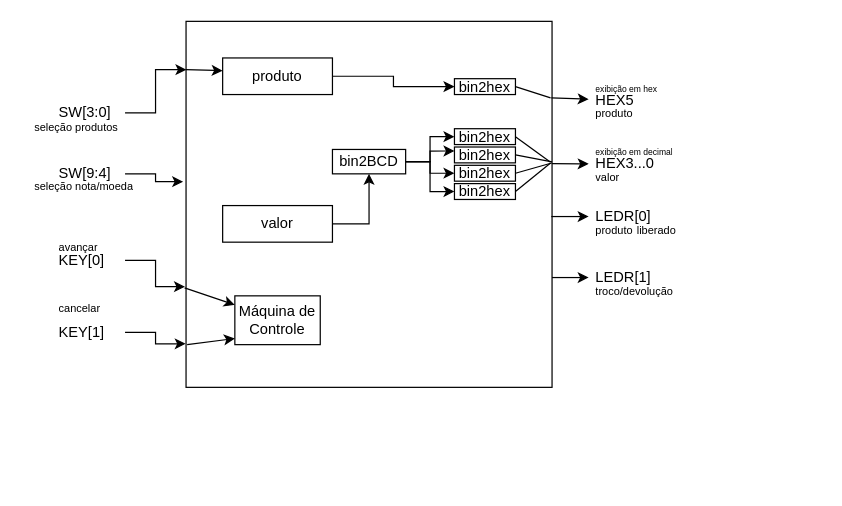
This is P1/diagramaBloco.drawio from caio-unicamp/MC613_Best_Group, a draw.io file, before an edit. Source tidied: cells renumbered, new cells numbered last; positions are measured from the earlier drawing's top-left corner, leaving out a move shared by most shapes. Both pictures are drawn from the tidied source at 122%, with x=0, y=0 at pixel (27, 21).
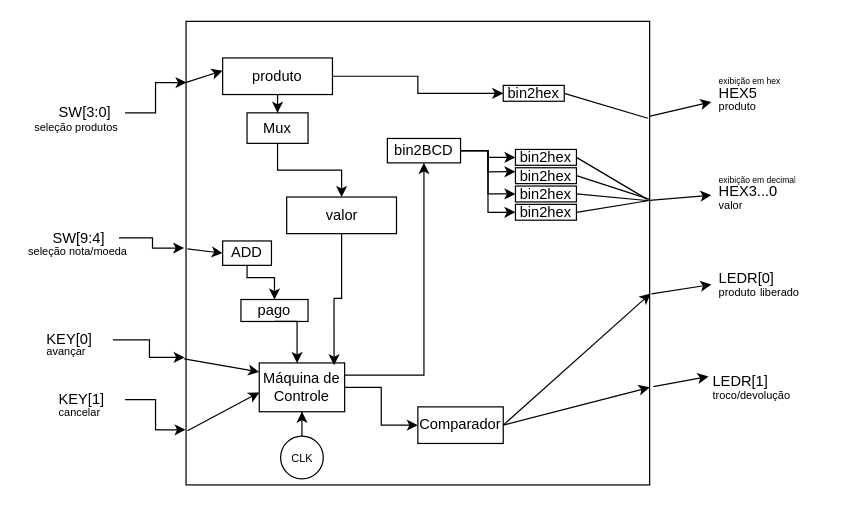
The same diagram, later.

Unchanged cells that the change refers to:
```xml
<mxCell id="28" value="produto" style="rounded=0;whiteSpace=wrap;html=1;" parent="1" vertex="1">
  <mxGeometry x="160" y="30" width="90" height="30" as="geometry" />
</mxCell>
```

What changed in the source:
```diff
@@
     <mxCell id="2" style="whiteSpace=wrap;html=1;" parent="1" vertex="1">
-      <mxGeometry x="130" width="300" height="300" as="geometry" />
+      <mxGeometry x="130" width="380" height="380" as="geometry" />
     </mxCell>
@@
     <mxCell id="4" value="SW[9:4]" style="text;strokeColor=none;fillColor=none;align=left;verticalAlign=middle;spacingLeft=4;spacingRight=4;overflow=hidden;points=[[0,0.5],[1,0.5]];portConstraint=eastwest;whiteSpace=wrap;html=1;" parent="1" vertex="1">
-      <mxGeometry x="20" y="110" width="60" height="30" as="geometry" />
+      <mxGeometry x="15" y="162.5" width="60" height="30" as="geometry" />
     </mxCell>
     <mxCell id="5" value="KEY[0]" style="text;strokeColor=none;fillColor=none;align=left;verticalAlign=middle;spacingLeft=4;spacingRight=4;overflow=hidden;points=[[0,0.5],[1,0.5]];portConstraint=eastwest;whiteSpace=wrap;html=1;" parent="1" vertex="1">
-      <mxGeometry x="20" y="181" width="60" height="30" as="geometry" />
+      <mxGeometry x="10" y="246" width="60" height="30" as="geometry" />
     </mxCell>
     <mxCell id="6" value="KEY[1]" style="text;strokeColor=none;fillColor=none;align=left;verticalAlign=middle;spacingLeft=4;spacingRight=4;overflow=hidden;points=[[0,0.5],[1,0.5]];portConstraint=eastwest;whiteSpace=wrap;html=1;" parent="1" vertex="1">
-      <mxGeometry x="20" y="240" width="60" height="30" as="geometry" />
+      <mxGeometry x="20" y="295" width="60" height="30" as="geometry" />
     </mxCell>
-    <mxCell id="7" style="edgeStyle=orthogonalEdgeStyle;rounded=0;jettySize=auto;html=1;exitX=1;exitY=0.5;exitDx=0;exitDy=0;entryX=-0.008;entryY=0.438;entryDx=0;entryDy=0;entryPerimeter=0;" parent="1" edge="1" source="4" target="2">
+    <mxCell id="7" style="edgeStyle=orthogonalEdgeStyle;rounded=0;jettySize=auto;html=1;exitX=1;exitY=0.5;exitDx=0;exitDy=0;entryX=-0.004;entryY=0.489;entryDx=0;entryDy=0;entryPerimeter=0;" parent="1" edge="1" source="4" target="2">
       <mxGeometry relative="1" as="geometry" />
     </mxCell>
@@
     <mxCell id="10" value="HEX5" style="text;strokeColor=none;fillColor=none;align=left;verticalAlign=middle;spacingLeft=4;spacingRight=4;overflow=hidden;points=[[0,0.5],[1,0.5]];portConstraint=eastwest;whiteSpace=wrap;html=1;" parent="1" vertex="1">
-      <mxGeometry x="460" y="50" width="60" height="30" as="geometry" />
+      <mxGeometry x="560.6" y="44" width="60" height="30" as="geometry" />
     </mxCell>
     <mxCell id="11" value="HEX3...0" style="text;strokeColor=none;fillColor=none;align=left;verticalAlign=middle;spacingLeft=4;spacingRight=4;overflow=hidden;points=[[0,0.5],[1,0.5]];portConstraint=eastwest;whiteSpace=wrap;html=1;" parent="1" vertex="1">
-      <mxGeometry x="460" y="102" width="60" height="30" as="geometry" />
+      <mxGeometry x="560.6" y="125" width="60" height="30" as="geometry" />
     </mxCell>
     <mxCell id="12" value="LEDR[0]" style="text;strokeColor=none;fillColor=none;align=left;verticalAlign=middle;spacingLeft=4;spacingRight=4;overflow=hidden;points=[[0,0.5],[1,0.5]];portConstraint=eastwest;whiteSpace=wrap;html=1;" parent="1" vertex="1">
-      <mxGeometry x="460" y="145" width="60" height="30" as="geometry" />
+      <mxGeometry x="560.6" y="196" width="60" height="30" as="geometry" />
     </mxCell>
     <mxCell id="13" value="LEDR[1]" style="text;strokeColor=none;fillColor=none;align=left;verticalAlign=middle;spacingLeft=4;spacingRight=4;overflow=hidden;points=[[0,0.5],[1,0.5]];portConstraint=eastwest;whiteSpace=wrap;html=1;" parent="1" vertex="1">
-      <mxGeometry x="460" y="195" width="60" height="30" as="geometry" />
+      <mxGeometry x="555.6" y="280" width="60" height="30" as="geometry" />
     </mxCell>
@@
     <mxCell id="16" value="&lt;font style=&quot;font-size: 9px;&quot;&gt;seleção nota/moeda&lt;/font&gt;" style="text;strokeColor=none;fillColor=none;align=left;verticalAlign=middle;spacingLeft=4;spacingRight=4;overflow=hidden;whiteSpace=wrap;html=1;" parent="1" vertex="1">
-      <mxGeometry y="125" width="100" height="20" as="geometry" />
+      <mxGeometry x="-5" y="177.5" width="100" height="20" as="geometry" />
     </mxCell>
     <mxCell id="17" value="&lt;font style=&quot;font-size: 9px;&quot;&gt;avançar&lt;/font&gt;" style="text;strokeColor=none;fillColor=none;align=left;verticalAlign=middle;spacingLeft=4;spacingRight=4;overflow=hidden;whiteSpace=wrap;html=1;" parent="1" vertex="1">
-      <mxGeometry x="20" y="175" width="100" height="20" as="geometry" />
+      <mxGeometry x="10" y="260" width="100" height="20" as="geometry" />
     </mxCell>
     <mxCell id="18" value="&lt;font style=&quot;font-size: 9px;&quot;&gt;cancelar&lt;/font&gt;" style="text;strokeColor=none;fillColor=none;align=left;verticalAlign=middle;spacingLeft=4;spacingRight=4;overflow=hidden;whiteSpace=wrap;html=1;" parent="1" vertex="1">
-      <mxGeometry x="20" y="225" width="100" height="20" as="geometry" />
+      <mxGeometry x="20" y="310" width="100" height="20" as="geometry" />
     </mxCell>
     <mxCell id="19" value="&lt;font style=&quot;font-size: 9px;&quot;&gt;produto&lt;/font&gt;" style="text;strokeColor=none;fillColor=none;align=left;verticalAlign=middle;spacingLeft=4;spacingRight=4;overflow=hidden;whiteSpace=wrap;html=1;" parent="1" vertex="1">
-      <mxGeometry x="460" y="65" width="90" height="20" as="geometry" />
+      <mxGeometry x="560.6" y="59" width="90" height="20" as="geometry" />
     </mxCell>
     <mxCell id="20" value="&lt;font style=&quot;font-size: 9px;&quot;&gt;valor&lt;/font&gt;" style="text;strokeColor=none;fillColor=none;align=left;verticalAlign=middle;spacingLeft=4;spacingRight=4;overflow=hidden;whiteSpace=wrap;html=1;" parent="1" vertex="1">
-      <mxGeometry x="460" y="117" width="90" height="20" as="geometry" />
+      <mxGeometry x="560.6" y="140" width="90" height="20" as="geometry" />
     </mxCell>
     <mxCell id="21" value="&lt;font style=&quot;font-size: 9px;&quot;&gt;produto&lt;/font&gt;&amp;nbsp;&lt;font style=&quot;font-size: 9px;&quot;&gt;liberado&lt;/font&gt;" style="text;strokeColor=none;fillColor=none;align=left;verticalAlign=middle;spacingLeft=4;spacingRight=4;overflow=hidden;whiteSpace=wrap;html=1;" parent="1" vertex="1">
-      <mxGeometry x="460" y="161" width="90" height="20" as="geometry" />
+      <mxGeometry x="560.6" y="212" width="90" height="20" as="geometry" />
     </mxCell>
     <mxCell id="22" value="&lt;font style=&quot;font-size: 9px;&quot;&gt;troco/devolução&lt;/font&gt;" style="text;strokeColor=none;fillColor=none;align=left;verticalAlign=middle;spacingLeft=4;spacingRight=4;overflow=hidden;whiteSpace=wrap;html=1;" parent="1" vertex="1">
-      <mxGeometry x="460" y="211" width="90" height="20" as="geometry" />
+      <mxGeometry x="555.6" y="296" width="90" height="20" as="geometry" />
     </mxCell>
-    <mxCell id="23" style="endArrow=classic;html=1;rounded=0;exitX=0.998;exitY=0.199;exitDx=0;exitDy=0;exitPerimeter=0;" parent="1" edge="1" target="10">
-      <mxGeometry relative="1" as="geometry">
-        <mxPoint x="429.4" y="62.7" as="sourcePoint" />
-      </mxGeometry>
+    <mxCell id="23" style="endArrow=classic;html=1;rounded=0;exitX=0.999;exitY=0.205;exitDx=0;exitDy=0;exitPerimeter=0;" parent="1" edge="1" source="2" target="10">
+      <mxGeometry relative="1" as="geometry" />
     </mxCell>
-    <mxCell id="24" style="endArrow=classic;html=1;rounded=0;exitX=0.998;exitY=0.199;exitDx=0;exitDy=0;exitPerimeter=0;" parent="1" edge="1" target="11">
-      <mxGeometry relative="1" as="geometry">
-        <mxPoint x="430" y="116.6" as="sourcePoint" />
-      </mxGeometry>
+    <mxCell id="24" style="endArrow=classic;html=1;rounded=0;exitX=1;exitY=0.386;exitDx=0;exitDy=0;exitPerimeter=0;" parent="1" edge="1" source="2" target="11">
+      <mxGeometry relative="1" as="geometry" />
     </mxCell>
-    <mxCell id="25" style="endArrow=classic;html=1;rounded=0;exitX=0.998;exitY=0.199;exitDx=0;exitDy=0;exitPerimeter=0;" parent="1" edge="1" target="12">
-      <mxGeometry relative="1" as="geometry">
-        <mxPoint x="429.4" y="160" as="sourcePoint" />
-      </mxGeometry>
+    <mxCell id="25" style="endArrow=classic;html=1;rounded=0;exitX=1.004;exitY=0.588;exitDx=0;exitDy=0;exitPerimeter=0;" parent="1" edge="1" source="2" target="12">
+      <mxGeometry relative="1" as="geometry" />
     </mxCell>
-    <mxCell id="26" style="endArrow=classic;html=1;rounded=0;exitX=0.998;exitY=0.199;exitDx=0;exitDy=0;exitPerimeter=0;" parent="1" edge="1" target="13">
-      <mxGeometry relative="1" as="geometry">
-        <mxPoint x="430" y="210" as="sourcePoint" />
-      </mxGeometry>
+    <mxCell id="26" style="endArrow=classic;html=1;rounded=0;exitX=1.008;exitY=0.788;exitDx=0;exitDy=0;exitPerimeter=0;entryX=0.045;entryY=0.371;entryDx=0;entryDy=0;entryPerimeter=0;" parent="1" edge="1" source="2" target="13">
+      <mxGeometry relative="1" as="geometry" />
     </mxCell>
@@
+    <mxCell id="52" style="edgeStyle=orthogonalEdgeStyle;rounded=0;jettySize=auto;html=1;entryX=0.5;entryY=0;entryDx=0;entryDy=0;" parent="1" edge="1" source="28" target="55">
+      <mxGeometry relative="1" as="geometry" />
+    </mxCell>
@@
-    <mxCell id="29" style="edgeStyle=orthogonalEdgeStyle;rounded=0;jettySize=auto;html=1;entryX=0.5;entryY=1;entryDx=0;entryDy=0;exitX=1;exitY=0.5;exitDx=0;exitDy=0;" parent="1" edge="1" source="30" target="45">
+    <mxCell id="29" style="edgeStyle=orthogonalEdgeStyle;rounded=0;jettySize=auto;html=1;entryX=0.5;entryY=1;entryDx=0;entryDy=0;exitX=1;exitY=0.25;exitDx=0;exitDy=0;" parent="1" edge="1" source="47" target="45">
       <mxGeometry relative="1" as="geometry" />
     </mxCell>
     <mxCell id="30" value="valor" style="rounded=0;whiteSpace=wrap;html=1;" parent="1" vertex="1">
-      <mxGeometry x="160" y="151" width="90" height="30" as="geometry" />
+      <mxGeometry x="212.5" y="144" width="90" height="30" as="geometry" />
     </mxCell>
     <mxCell id="31" value="bin2hex" style="rounded=0;whiteSpace=wrap;html=1;" parent="1" vertex="1">
-      <mxGeometry x="350" y="103" width="50" height="13" as="geometry" />
+      <mxGeometry x="400" y="120" width="50" height="13" as="geometry" />
     </mxCell>
     <mxCell id="32" value="bin2hex" style="rounded=0;whiteSpace=wrap;html=1;" parent="1" vertex="1">
-      <mxGeometry x="350" y="88" width="50" height="13" as="geometry" />
+      <mxGeometry x="400" y="105" width="50" height="13" as="geometry" />
     </mxCell>
     <mxCell id="33" value="bin2hex" style="rounded=0;whiteSpace=wrap;html=1;" parent="1" vertex="1">
-      <mxGeometry x="350" y="118" width="50" height="13" as="geometry" />
+      <mxGeometry x="400" y="135" width="50" height="13" as="geometry" />
     </mxCell>
     <mxCell id="34" value="bin2hex" style="rounded=0;whiteSpace=wrap;html=1;" parent="1" vertex="1">
-      <mxGeometry x="350" y="133" width="50" height="13" as="geometry" />
+      <mxGeometry x="400" y="150" width="50" height="13" as="geometry" />
     </mxCell>
@@
     <mxCell id="39" value="bin2hex" style="rounded=0;whiteSpace=wrap;html=1;" parent="1" vertex="1">
-      <mxGeometry x="350" y="47" width="50" height="13" as="geometry" />
+      <mxGeometry x="390" y="52.5" width="50" height="13" as="geometry" />
     </mxCell>
@@
     <mxCell id="45" value="bin2BCD" style="rounded=0;whiteSpace=wrap;html=1;" parent="1" vertex="1">
-      <mxGeometry x="250" y="105" width="60" height="20" as="geometry" />
+      <mxGeometry x="295" y="96" width="60" height="20" as="geometry" />
     </mxCell>
@@
+    <mxCell id="53" style="edgeStyle=orthogonalEdgeStyle;rounded=0;jettySize=auto;html=1;entryX=0;entryY=0.5;entryDx=0;entryDy=0;" parent="1" edge="1" source="47" target="64">
+      <mxGeometry relative="1" as="geometry" />
+    </mxCell>
     <mxCell id="47" value="Máquina de Controle" style="rounded=0;whiteSpace=wrap;html=1;" parent="1" vertex="1">
-      <mxGeometry x="170" y="225" width="70" height="40" as="geometry" />
+      <mxGeometry x="190" y="280" width="70" height="40" as="geometry" />
     </mxCell>
@@
-    <mxCell id="49" style="endArrow=classic;html=1;rounded=0;exitX=0.003;exitY=0.883;exitDx=0;exitDy=0;exitPerimeter=0;" parent="1" edge="1" source="2">
-      <mxGeometry relative="1" as="geometry">
-        <mxPoint x="170" y="260" as="targetPoint" />
-      </mxGeometry>
+    <mxCell id="49" style="endArrow=classic;html=1;rounded=0;exitX=0.003;exitY=0.883;exitDx=0;exitDy=0;exitPerimeter=0;entryX=0.002;entryY=0.604;entryDx=0;entryDy=0;entryPerimeter=0;" parent="1" edge="1" source="2" target="47">
+      <mxGeometry relative="1" as="geometry" />
     </mxCell>
     <mxCell id="50" value="&lt;font style=&quot;font-size: 7px;&quot;&gt;exibição em hex&lt;/font&gt;" style="text;strokeColor=none;fillColor=none;align=left;verticalAlign=middle;spacingLeft=4;spacingRight=4;overflow=hidden;whiteSpace=wrap;html=1;" parent="1" vertex="1">
-      <mxGeometry x="460" y="43.5" width="70" height="20" as="geometry" />
+      <mxGeometry x="560.6" y="37.5" width="70" height="20" as="geometry" />
     </mxCell>
     <mxCell id="51" value="&lt;font style=&quot;font-size: 7px;&quot;&gt;exibição em decimal&lt;/font&gt;" style="text;strokeColor=none;fillColor=none;align=left;verticalAlign=middle;spacingLeft=4;spacingRight=4;overflow=hidden;whiteSpace=wrap;html=1;" parent="1" vertex="1">
-      <mxGeometry x="460" y="96" width="80" height="20" as="geometry" />
+      <mxGeometry x="560.6" y="119" width="80" height="20" as="geometry" />
     </mxCell>
+    <mxCell id="54" style="edgeStyle=orthogonalEdgeStyle;rounded=0;jettySize=auto;html=1;entryX=0.5;entryY=0;entryDx=0;entryDy=0;" parent="1" edge="1" source="55" target="30">
+      <mxGeometry relative="1" as="geometry" />
+    </mxCell>
+    <mxCell id="55" value="Mux" style="rounded=0;whiteSpace=wrap;html=1;" parent="1" vertex="1">
+      <mxGeometry x="180" y="75" width="50" height="25" as="geometry" />
+    </mxCell>
+    <mxCell id="56" style="edgeStyle=orthogonalEdgeStyle;rounded=0;jettySize=auto;html=1;entryX=0.5;entryY=1;entryDx=0;entryDy=0;" parent="1" edge="1" source="57" target="47">
+      <mxGeometry relative="1" as="geometry" />
+    </mxCell>
+    <mxCell id="57" value="&lt;font style=&quot;font-size: 9px;&quot;&gt;CLK&lt;/font&gt;" style="ellipse;whiteSpace=wrap;html=1;" parent="1" vertex="1">
+      <mxGeometry x="207.5" y="340" width="35" height="35" as="geometry" />
+    </mxCell>
+    <mxCell id="58" value="pago" style="rounded=0;whiteSpace=wrap;html=1;" parent="1" vertex="1">
+      <mxGeometry x="175" y="228" width="55" height="18" as="geometry" />
+    </mxCell>
+    <mxCell id="59" style="edgeStyle=orthogonalEdgeStyle;rounded=0;jettySize=auto;html=1;entryX=0.5;entryY=0;entryDx=0;entryDy=0;" parent="1" edge="1" source="60" target="58">
+      <mxGeometry relative="1" as="geometry">
+        <Array as="points">
+          <mxPoint x="180" y="210" />
+          <mxPoint x="202" y="210" />
+        </Array>
+      </mxGeometry>
+    </mxCell>
+    <mxCell id="60" value="ADD" style="rounded=0;whiteSpace=wrap;html=1;" parent="1" vertex="1">
+      <mxGeometry x="160" y="180" width="40" height="20" as="geometry" />
+    </mxCell>
+    <mxCell id="61" style="endArrow=classic;html=1;rounded=0;exitX=0.003;exitY=0.491;exitDx=0;exitDy=0;entryX=0;entryY=0.5;entryDx=0;entryDy=0;exitPerimeter=0;" parent="1" edge="1" source="2" target="60">
+      <mxGeometry relative="1" as="geometry" />
+    </mxCell>
+    <mxCell id="62" style="edgeStyle=orthogonalEdgeStyle;rounded=0;jettySize=auto;html=1;exitX=0.5;exitY=1;exitDx=0;exitDy=0;entryX=0.443;entryY=0.004;entryDx=0;entryDy=0;entryPerimeter=0;" parent="1" edge="1" source="58" target="47">
+      <mxGeometry relative="1" as="geometry" />
+    </mxCell>
+    <mxCell id="63" style="edgeStyle=orthogonalEdgeStyle;rounded=0;jettySize=auto;html=1;entryX=0.876;entryY=0.046;entryDx=0;entryDy=0;entryPerimeter=0;" parent="1" edge="1" source="30" target="47">
+      <mxGeometry relative="1" as="geometry" />
+    </mxCell>
+    <mxCell id="64" value="Comparador" style="rounded=0;whiteSpace=wrap;html=1;" parent="1" vertex="1">
+      <mxGeometry x="320" y="316" width="70" height="30" as="geometry" />
+    </mxCell>
+    <mxCell id="65" style="endArrow=classic;html=1;rounded=0;exitX=1;exitY=0.5;exitDx=0;exitDy=0;entryX=1.002;entryY=0.587;entryDx=0;entryDy=0;entryPerimeter=0;" parent="1" edge="1" source="64" target="2">
+      <mxGeometry relative="1" as="geometry" />
+    </mxCell>
+    <mxCell id="66" style="endArrow=classic;html=1;rounded=0;exitX=1;exitY=0.5;exitDx=0;exitDy=0;" parent="1" edge="1" source="64">
+      <mxGeometry relative="1" as="geometry">
+        <mxPoint x="510" y="300" as="targetPoint" />
+      </mxGeometry>
+    </mxCell>
```
